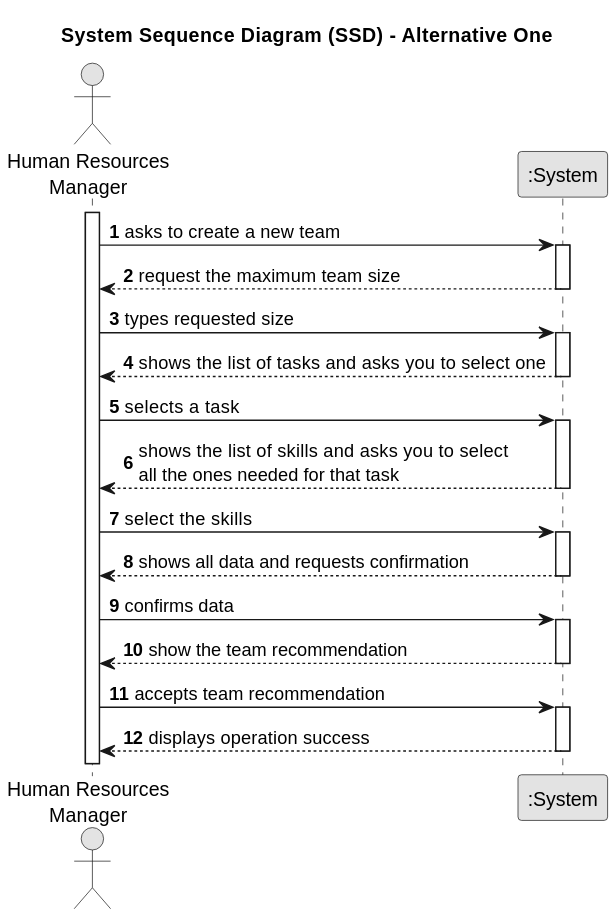
Before: docs/sprintA/us005/01.requirements-engineering/svg/us005-system-sequence-diagram-alternative-one.svg, a diagram exported from PlantUML (diogoveirospro/lei-24-s2-1dg-g072). Its diagram source:
```plantuml
@startuml
skinparam monochrome true
skinparam packageStyle rectangle
skinparam shadowing false

title System Sequence Diagram (SSD) - Alternative One

autonumber

actor "Human Resources\nManager" as GRH
participant ":System" as System

activate GRH

    GRH -> System : asks to create a new team
    activate System

        System --> GRH : request the maximum team size
    deactivate System

    GRH -> System : types requested size
    activate System

        System --> GRH : shows the list of tasks and asks you to select one
    deactivate System

    GRH -> System : selects a task
    activate System

        System --> GRH : shows the list of skills and asks you to select\nall the ones needed for that task
    deactivate System

    GRH -> System : select the skills
    activate System

        System --> GRH : shows all data and requests confirmation
    deactivate System

    GRH -> System : confirms data
    activate System

        System --> GRH : show the team recommendation
    deactivate System

    GRH -> System : accepts team recommendation
    activate System

        System --> GRH : displays operation success
    deactivate System
@enduml
```
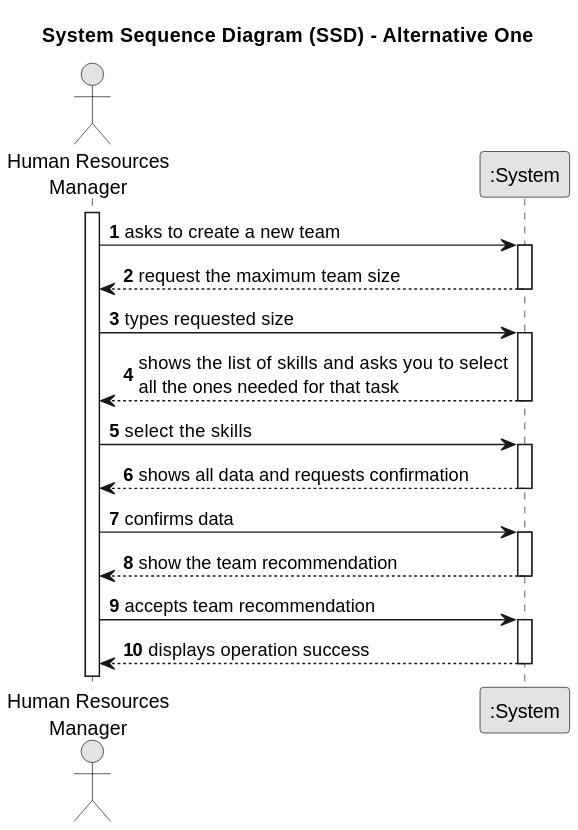
The same diagram one commit later.

What changed in the source:
```diff
@@ -21,12 +21,6 @@
     GRH -> System : types requested size
     activate System
 
-        System --> GRH : shows the list of tasks and asks you to select one
-    deactivate System
-
-    GRH -> System : selects a task
-    activate System
-
         System --> GRH : shows the list of skills and asks you to select\nall the ones needed for that task
     deactivate System
 
```
